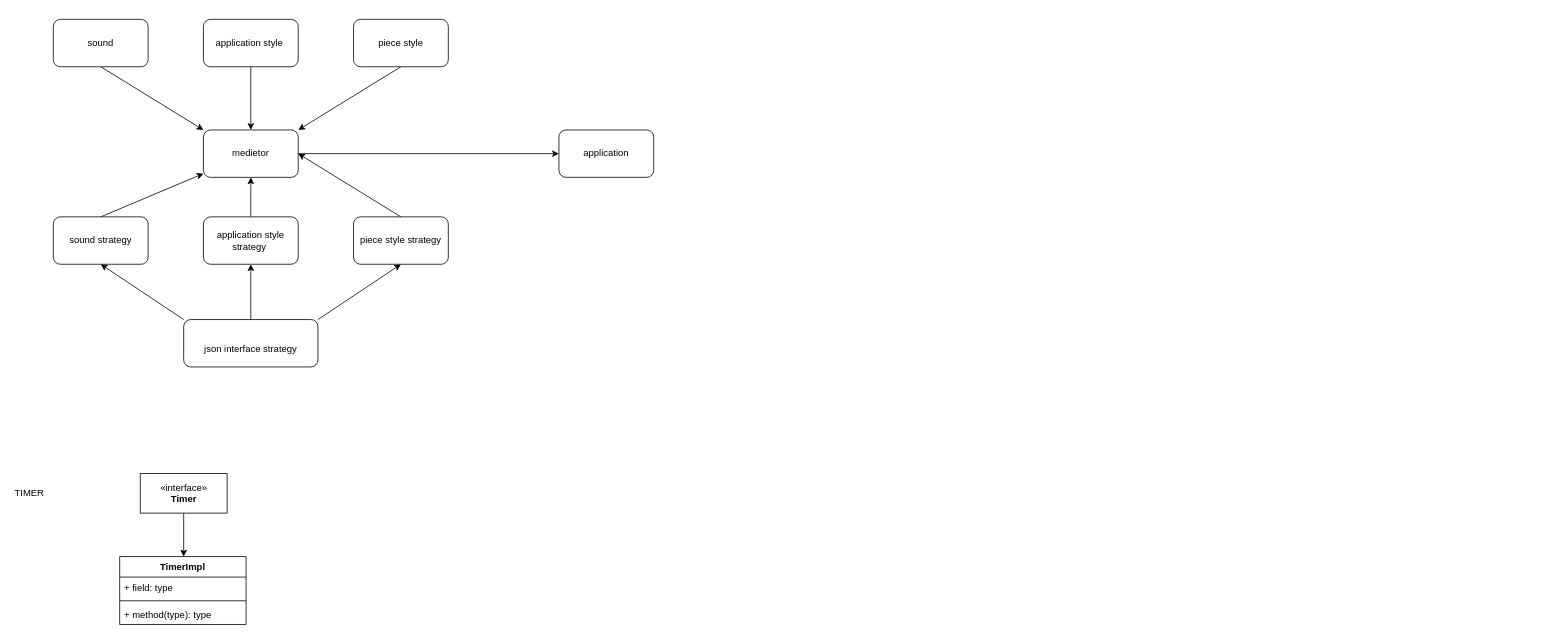
Earlier version of the draw.io diagram report/UML TP.drawio (zucchero-sintattico/OOP20-Jhaturanga). Source tidied: cells renumbered, new cells numbered last; positions are measured from the earlier drawing's top-left corner, leaving out a move shared by most shapes. Both pictures are drawn from the tidied source at 79%, with x=0, y=0 at pixel (13, 19).
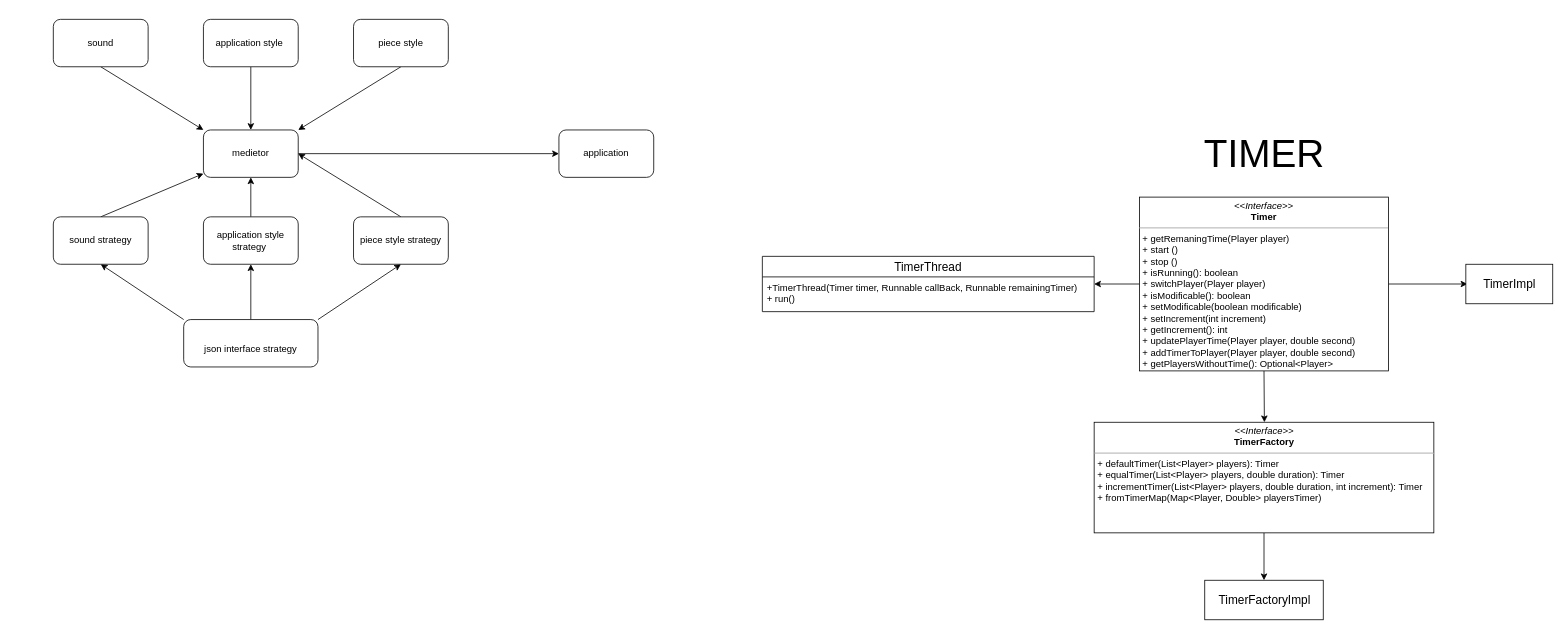
The same page after the edit.

What changed in the source:
```diff
@@
-    <mxCell id="23" value="TIMER" style="text;html=1;strokeColor=none;fillColor=none;align=center;verticalAlign=middle;whiteSpace=wrap;rounded=0;" parent="1" vertex="1">
-      <mxGeometry y="590" width="40" height="20" as="geometry" />
+    <mxCell id="23" value="TIMER" style="text;html=1;strokeColor=none;fillColor=none;align=center;verticalAlign=middle;whiteSpace=wrap;rounded=0;fontSize=49;" parent="1" vertex="1">
+      <mxGeometry x="1477.5" y="115" width="210" height="110" as="geometry" />
     </mxCell>
-    <mxCell id="24" style="edgeStyle=none;rounded=0;jettySize=auto;html=1;exitX=0.5;exitY=1;exitDx=0;exitDy=0;" parent="1" edge="1" source="25">
-      <mxGeometry relative="1" as="geometry">
-        <mxPoint x="215" y="680" as="targetPoint" />
-      </mxGeometry>
-    </mxCell>
-    <mxCell id="25" value="«interface»&lt;br&gt;&lt;b&gt;Timer&lt;/b&gt;" style="html=1;" parent="1" vertex="1">
-      <mxGeometry x="160" y="575" width="110" height="50" as="geometry" />
-    </mxCell>
+    <mxCell id="30" style="edgeStyle=none;rounded=0;jettySize=auto;html=1;exitX=0.5;exitY=1;exitDx=0;exitDy=0;fontSize=15;" parent="1" edge="1" source="33">
+      <mxGeometry relative="1" as="geometry">
+        <mxPoint x="1583" y="510" as="targetPoint" />
+      </mxGeometry>
+    </mxCell>
+    <mxCell id="31" style="edgeStyle=none;rounded=0;jettySize=auto;html=1;exitX=1;exitY=0.5;exitDx=0;exitDy=0;fontSize=15;" parent="1" edge="1" source="33">
+      <mxGeometry relative="1" as="geometry">
+        <mxPoint x="1840" y="335" as="targetPoint" />
+      </mxGeometry>
+    </mxCell>
+    <mxCell id="32" style="edgeStyle=none;rounded=0;jettySize=auto;html=1;fontSize=15;" parent="1" edge="1" source="33" target="38">
+      <mxGeometry relative="1" as="geometry" />
+    </mxCell>
+    <mxCell id="33" value="&lt;p style=&quot;margin: 0px ; margin-top: 4px ; text-align: center&quot;&gt;&lt;i&gt;&amp;lt;&amp;lt;Interface&amp;gt;&amp;gt;&lt;/i&gt;&lt;br&gt;&lt;b&gt;Timer&lt;/b&gt;&lt;/p&gt;&lt;hr size=&quot;1&quot;&gt;&lt;p style=&quot;margin: 0px ; margin-left: 4px&quot;&gt;&lt;/p&gt;&lt;p style=&quot;margin: 0px ; margin-left: 4px&quot;&gt;+ getRemaningTime(Player player)&lt;/p&gt;&lt;p style=&quot;margin: 0px ; margin-left: 4px&quot;&gt;+ start ()&lt;/p&gt;&lt;p style=&quot;margin: 0px ; margin-left: 4px&quot;&gt;+ stop ()&lt;/p&gt;&lt;p style=&quot;margin: 0px ; margin-left: 4px&quot;&gt;+ isRunning(): boolean&lt;/p&gt;&lt;p style=&quot;margin: 0px ; margin-left: 4px&quot;&gt;+ switchPlayer(Player player)&lt;/p&gt;&lt;p style=&quot;margin: 0px ; margin-left: 4px&quot;&gt;+ isModificable(): boolean&lt;/p&gt;&lt;p style=&quot;margin: 0px ; margin-left: 4px&quot;&gt;+ setModificable(boolean modificable)&lt;/p&gt;&lt;p style=&quot;margin: 0px ; margin-left: 4px&quot;&gt;+ setIncrement(int increment)&lt;/p&gt;&lt;p style=&quot;margin: 0px ; margin-left: 4px&quot;&gt;+ getIncrement(): int&lt;/p&gt;&lt;p style=&quot;margin: 0px ; margin-left: 4px&quot;&gt;+ updatePlayerTime(Player player, double second)&lt;/p&gt;&lt;p style=&quot;margin: 0px ; margin-left: 4px&quot;&gt;+ addTimerToPlayer(Player player, double second)&lt;/p&gt;&lt;p style=&quot;margin: 0px ; margin-left: 4px&quot;&gt;+ getPlayersWithoutTime(): Optional&amp;lt;Player&amp;gt;&lt;/p&gt;" style="verticalAlign=top;align=left;overflow=fill;fontSize=12;fontFamily=Helvetica;html=1;" parent="1" vertex="1">
+      <mxGeometry x="1425" y="225" width="315" height="220" as="geometry" />
+    </mxCell>
-    <mxCell id="26" value="TimerImpl" style="swimlane;fontStyle=1;align=center;verticalAlign=top;horizontal=1;startSize=26;" parent="1" vertex="1">
-      <mxGeometry x="134" y="680" width="160" height="86" as="geometry" />
+    <mxCell id="26" value="TimerImpl" style="html=1;fontSize=15;" parent="1" vertex="1">
+      <mxGeometry x="1838" y="310" width="110" height="50" as="geometry" />
     </mxCell>
-    <mxCell id="27" value="+ field: type" style="text;strokeColor=none;fillColor=none;align=left;verticalAlign=top;spacingLeft=4;spacingRight=4;overflow=hidden;" parent="26" vertex="1">
-      <mxGeometry y="26" width="160" height="26" as="geometry" />
-    </mxCell>
-    <mxCell id="28" style="line;strokeWidth=1;fillColor=none;align=left;verticalAlign=middle;spacingTop=-1;spacingLeft=3;spacingRight=3;labelPosition=right;" parent="26" vertex="1">
-      <mxGeometry y="52" width="160" height="8" as="geometry" />
-    </mxCell>
-    <mxCell id="29" value="+ method(type): type" style="text;strokeColor=none;fillColor=none;align=left;verticalAlign=top;spacingLeft=4;spacingRight=4;overflow=hidden;" parent="26" vertex="1">
-      <mxGeometry y="60" width="160" height="26" as="geometry" />
-    </mxCell>
+    <mxCell id="34" style="edgeStyle=none;rounded=0;jettySize=auto;html=1;exitX=0.5;exitY=1;exitDx=0;exitDy=0;fontSize=15;" parent="1" edge="1" source="35" target="37">
+      <mxGeometry relative="1" as="geometry" />
+    </mxCell>
+    <mxCell id="35" value="&lt;p style=&quot;margin: 0px ; margin-top: 4px ; text-align: center&quot;&gt;&lt;i&gt;&amp;lt;&amp;lt;Interface&amp;gt;&amp;gt;&lt;/i&gt;&lt;br&gt;&lt;b&gt;TimerFactory&lt;/b&gt;&lt;/p&gt;&lt;hr size=&quot;1&quot;&gt;&lt;p style=&quot;margin: 0px ; margin-left: 4px&quot;&gt;+ defaultTimer(List&amp;lt;Player&amp;gt; players): Timer&lt;/p&gt;&lt;p style=&quot;margin: 0px ; margin-left: 4px&quot;&gt;+ equalTimer(List&amp;lt;Player&amp;gt; players, double duration): Timer&lt;/p&gt;&lt;p style=&quot;margin: 0px ; margin-left: 4px&quot;&gt;+ incrementTimer(List&amp;lt;Player&amp;gt; players, double duration, int increment): Timer&lt;/p&gt;&lt;p style=&quot;margin: 0px ; margin-left: 4px&quot;&gt;+ fromTimerMap(Map&amp;lt;Player, Double&amp;gt; playersTimer)&lt;/p&gt;&lt;p style=&quot;margin: 0px ; margin-left: 4px&quot;&gt;&lt;br&gt;&lt;/p&gt;" style="verticalAlign=top;align=left;overflow=fill;fontSize=12;fontFamily=Helvetica;html=1;" parent="1" vertex="1">
+      <mxGeometry x="1367.5" y="510" width="430" height="140" as="geometry" />
+    </mxCell>
+    <mxCell id="36" style="edgeStyle=none;rounded=0;orthogonalLoop=1;jettySize=auto;html=1;exitX=0.5;exitY=1;exitDx=0;exitDy=0;fontSize=15;" parent="1" edge="1" source="35" target="35">
+      <mxGeometry relative="1" as="geometry" />
+    </mxCell>
+    <mxCell id="37" value="TimerFactoryImpl" style="html=1;fontSize=15;" parent="1" vertex="1">
+      <mxGeometry x="1507.5" y="710" width="150" height="50" as="geometry" />
+    </mxCell>
+    <mxCell id="38" value="TimerThread" style="swimlane;fontStyle=0;horizontal=1;startSize=26;fillColor=none;fontSize=15;" parent="1" vertex="1">
+      <mxGeometry x="947.5" y="300" width="420" height="70" as="geometry" />
+    </mxCell>
+    <mxCell id="39" value="+TimerThread(Timer timer, Runnable callBack, Runnable remainingTimer)&#10;+ run()" style="text;strokeColor=none;fillColor=none;align=left;verticalAlign=top;spacingLeft=4;spacingRight=4;overflow=hidden;" parent="38" vertex="1">
+      <mxGeometry y="26" width="420" height="44" as="geometry" />
+    </mxCell>
```
